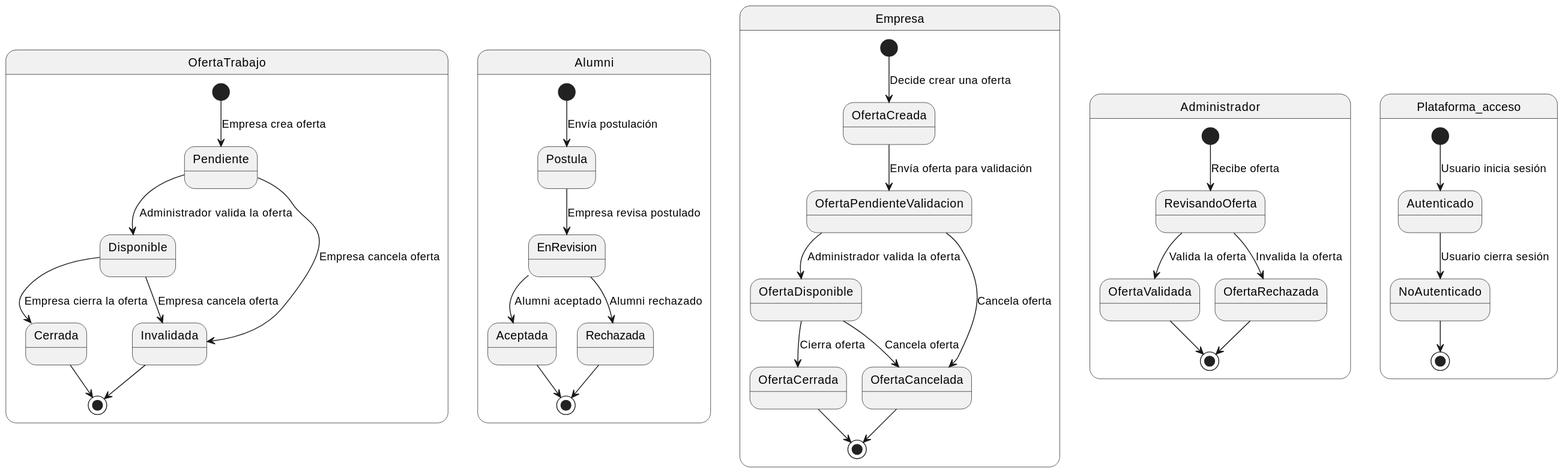
The PlantUML diagram modelosUML/ModeloDominio/svg/diagramaEstadosCompleto.svg in mmasias/24-25-IdSw1-SDR, before a commit.
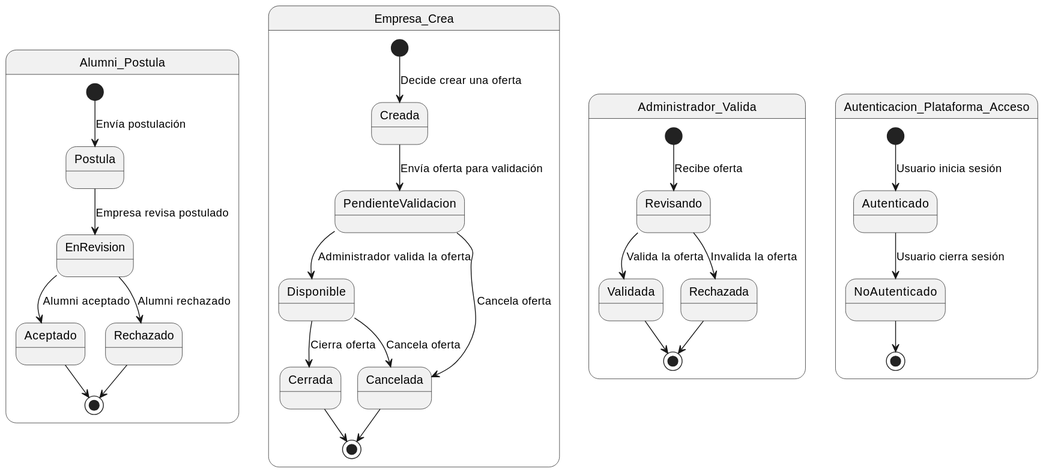
After the change.

Commit message:
Actualizar diagramas de estados

Diff of the diagram source:
```diff
@@ -1,46 +1,35 @@
 @startuml
-state OfertaTrabajo {
-    [*] --> Pendiente : Empresa crea oferta
-    Pendiente --> Disponible : Administrador valida la oferta
-    Pendiente --> Invalidada : Empresa cancela oferta
-    Disponible --> Cerrada : Empresa cierra la oferta
-    Disponible --> Invalidada : Empresa cancela oferta
-    Cerrada --> [*]
-    Invalidada --> [*]
+state Alumni_Postula {
+    [*] --> Postula : Envía postulación
+    Postula --> EnRevision : Empresa revisa postulado
+    EnRevision --> Aceptado : Alumni aceptado
+    EnRevision --> Rechazado : Alumni rechazado
+    Aceptado --> [*]
+    Rechazado --> [*]
 }
 
-state Alumni {
-    [*] --> Postula : Envía postulación
-    Postula --> EnRevision : Empresa revisa postulado
-    EnRevision --> Aceptada : Alumni aceptado
-    EnRevision --> Rechazada : Alumni rechazado
-    Aceptada --> [*]
+state Empresa_Crea {
+    [*] --> Creada : Decide crear una oferta
+    Creada --> PendienteValidacion : Envía oferta para validación
+    PendienteValidacion --> Disponible : Administrador valida la oferta
+    PendienteValidacion --> Cancelada : Cancela oferta
+    Disponible --> Cerrada : Cierra oferta
+    Disponible --> Cancelada : Cancela oferta
+    Cerrada --> [*]
+    Cancelada --> [*]
+}
+
+state Administrador_Valida {
+    [*] --> Revisando : Recibe oferta
+    Revisando --> Validada : Valida la oferta
+    Revisando --> Rechazada : Invalida la oferta
+    Validada --> [*]
     Rechazada --> [*]
 }
 
-state Empresa {
-    [*] --> OfertaCreada : Decide crear una oferta
-    OfertaCreada --> OfertaPendienteValidacion : Envía oferta para validación
-    OfertaPendienteValidacion --> OfertaDisponible : Administrador valida la oferta
-    OfertaPendienteValidacion --> OfertaCancelada : Cancela oferta
-    OfertaDisponible --> OfertaCerrada : Cierra oferta
-    OfertaDisponible --> OfertaCancelada : Cancela oferta
-    OfertaCerrada --> [*]
-    OfertaCancelada --> [*]
-}
-
-state Administrador {
-    [*] --> RevisandoOferta : Recibe oferta
-    RevisandoOferta --> OfertaValidada : Valida la oferta
-    RevisandoOferta --> OfertaRechazada : Invalida la oferta
-    OfertaValidada --> [*]
-    OfertaRechazada --> [*]
-}
-
-state Plataforma_acceso {
+state Autenticacion_Plataforma_Acceso {
     [*] --> Autenticado : Usuario inicia sesión
     Autenticado --> NoAutenticado : Usuario cierra sesión
     NoAutenticado --> [*]
-
 }
 @enduml
```
